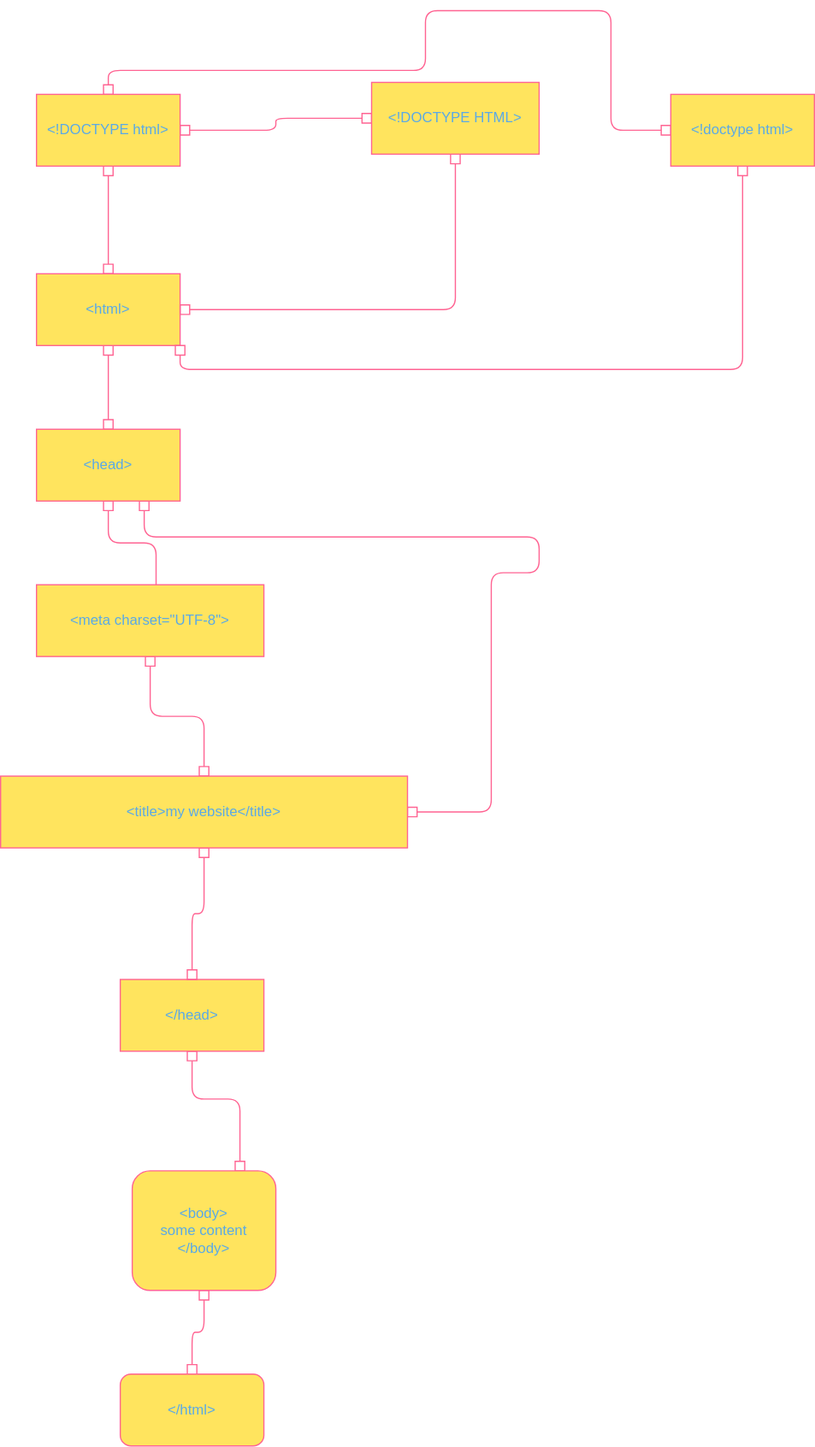
Above: html-structure.svg in Neocrumm/diagrams.net (draw.io), before the change. Source tidied: cells renumbered, new cells last; positions are measured from the earlier drawing's top-left corner, leaving out a move shared by most shapes.
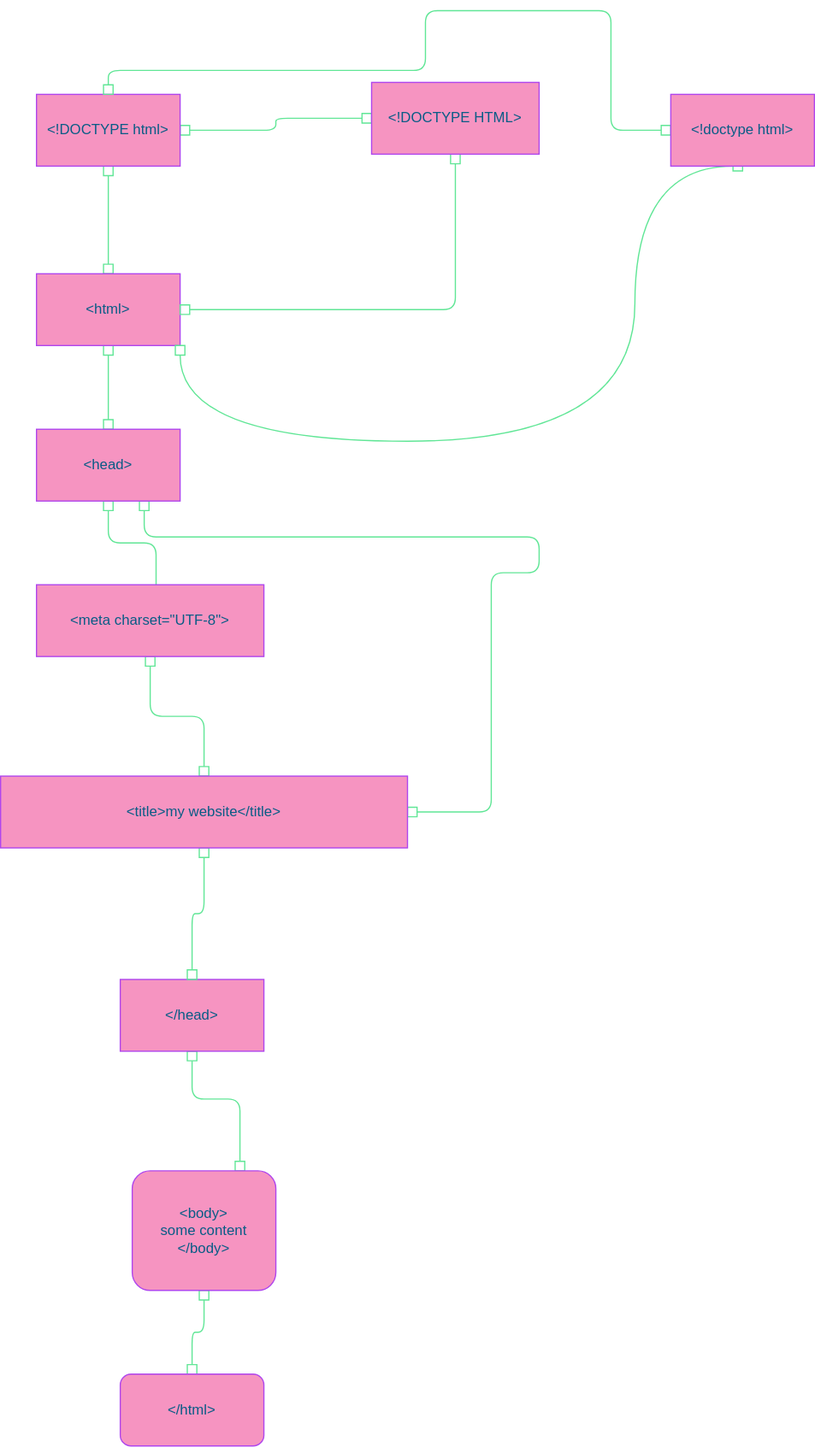
Above is the later version.

Diff of the diagram source:
```diff
@@ -2,25 +2,25 @@
   <root>
     <mxCell id="0" />
     <mxCell id="1" parent="0" />
-    <mxCell id="2" style="edgeStyle=orthogonalEdgeStyle;rounded=1;sketch=0;jettySize=auto;html=1;exitX=0.5;exitY=1;exitDx=0;exitDy=0;entryX=0.5;entryY=0;entryDx=0;entryDy=0;startArrow=box;startFill=0;endArrow=box;endFill=0;strokeColor=#FF6392;fillColor=#FFE45E;fontColor=#5AA9E6;" parent="1" edge="1" source="4" target="6">
+    <mxCell id="2" style="edgeStyle=orthogonalEdgeStyle;rounded=1;sketch=0;jettySize=auto;html=1;exitX=0.5;exitY=1;exitDx=0;exitDy=0;entryX=0.5;entryY=0;entryDx=0;entryDy=0;startArrow=box;startFill=0;endArrow=box;endFill=0;strokeColor=#60E696;fillColor=#F694C1;fontColor=#095C86;" parent="1" edge="1" source="4" target="6">
       <mxGeometry relative="1" as="geometry" />
     </mxCell>
-    <mxCell id="3" style="edgeStyle=orthogonalEdgeStyle;rounded=1;sketch=0;jettySize=auto;html=1;exitX=1;exitY=0.5;exitDx=0;exitDy=0;entryX=0;entryY=0.5;entryDx=0;entryDy=0;startArrow=box;startFill=0;endArrow=box;endFill=0;strokeColor=#FF6392;fillColor=#FFE45E;fontColor=#5AA9E6;" parent="1" edge="1" source="4" target="20">
+    <mxCell id="3" style="edgeStyle=orthogonalEdgeStyle;rounded=1;sketch=0;jettySize=auto;html=1;exitX=1;exitY=0.5;exitDx=0;exitDy=0;entryX=0;entryY=0.5;entryDx=0;entryDy=0;startArrow=box;startFill=0;endArrow=box;endFill=0;strokeColor=#60E696;fillColor=#F694C1;fontColor=#095C86;" parent="1" edge="1" source="4" target="20">
       <mxGeometry relative="1" as="geometry" />
     </mxCell>
-    <mxCell id="4" value="&amp;lt;!DOCTYPE html&amp;gt;" style="rounded=0;whiteSpace=wrap;html=1;sketch=0;strokeColor=#FF6392;fillColor=#FFE45E;fontColor=#5AA9E6;" parent="1" vertex="1">
+    <mxCell id="4" value="&amp;lt;!DOCTYPE html&amp;gt;" style="rounded=0;whiteSpace=wrap;html=1;sketch=0;strokeColor=#AF45ED;fillColor=#F694C1;fontColor=#095C86;" parent="1" vertex="1">
       <mxGeometry x="30" y="70" width="120" height="60" as="geometry" />
     </mxCell>
-    <mxCell id="5" style="edgeStyle=orthogonalEdgeStyle;rounded=1;sketch=0;jettySize=auto;html=1;exitX=0.5;exitY=1;exitDx=0;exitDy=0;entryX=0.5;entryY=0;entryDx=0;entryDy=0;startArrow=box;startFill=0;endArrow=box;endFill=0;strokeColor=#FF6392;fillColor=#FFE45E;fontColor=#5AA9E6;" parent="1" edge="1" source="6" target="9">
+    <mxCell id="5" style="edgeStyle=orthogonalEdgeStyle;rounded=1;sketch=0;jettySize=auto;html=1;exitX=0.5;exitY=1;exitDx=0;exitDy=0;entryX=0.5;entryY=0;entryDx=0;entryDy=0;startArrow=box;startFill=0;endArrow=box;endFill=0;strokeColor=#60E696;fillColor=#F694C1;fontColor=#095C86;" parent="1" edge="1" source="6" target="9">
       <mxGeometry relative="1" as="geometry" />
     </mxCell>
-    <mxCell id="6" value="&amp;lt;html&amp;gt;" style="rounded=0;whiteSpace=wrap;html=1;sketch=0;strokeColor=#FF6392;fillColor=#FFE45E;fontColor=#5AA9E6;" parent="1" vertex="1">
+    <mxCell id="6" value="&amp;lt;html&amp;gt;" style="rounded=0;whiteSpace=wrap;html=1;sketch=0;strokeColor=#AF45ED;fillColor=#F694C1;fontColor=#095C86;" parent="1" vertex="1">
       <mxGeometry x="30" y="220" width="120" height="60" as="geometry" />
     </mxCell>
-    <mxCell id="7" style="edgeStyle=orthogonalEdgeStyle;rounded=1;sketch=0;jettySize=auto;html=1;exitX=0.5;exitY=1;exitDx=0;exitDy=0;entryX=0.526;entryY=0.167;entryDx=0;entryDy=0;entryPerimeter=0;startArrow=box;startFill=0;endArrow=box;endFill=0;strokeColor=#FF6392;fillColor=#FFE45E;fontColor=#5AA9E6;" parent="1" edge="1" source="9" target="13">
+    <mxCell id="7" style="edgeStyle=orthogonalEdgeStyle;rounded=1;sketch=0;jettySize=auto;html=1;exitX=0.5;exitY=1;exitDx=0;exitDy=0;entryX=0.526;entryY=0.167;entryDx=0;entryDy=0;entryPerimeter=0;startArrow=box;startFill=0;endArrow=box;endFill=0;strokeColor=#60E696;fillColor=#F694C1;fontColor=#095C86;" parent="1" edge="1" source="9" target="13">
       <mxGeometry relative="1" as="geometry" />
     </mxCell>
-    <mxCell id="8" style="edgeStyle=orthogonalEdgeStyle;rounded=1;sketch=0;jettySize=auto;html=1;exitX=0.75;exitY=1;exitDx=0;exitDy=0;startArrow=box;startFill=0;endArrow=box;endFill=0;strokeColor=#FF6392;fillColor=#FFE45E;fontColor=#5AA9E6;entryX=1;entryY=0.5;entryDx=0;entryDy=0;" parent="1" edge="1" source="9" target="15">
+    <mxCell id="8" style="edgeStyle=orthogonalEdgeStyle;rounded=1;sketch=0;jettySize=auto;html=1;exitX=0.75;exitY=1;exitDx=0;exitDy=0;startArrow=box;startFill=0;endArrow=box;endFill=0;strokeColor=#60E696;fillColor=#F694C1;fontColor=#095C86;entryX=1;entryY=0.5;entryDx=0;entryDy=0;" parent="1" edge="1" source="9" target="15">
       <mxGeometry relative="1" as="geometry">
         <Array as="points">
           <mxPoint x="120" y="440" />
@@ -31,10 +31,10 @@
         </Array>
       </mxGeometry>
     </mxCell>
-    <mxCell id="9" value="&amp;lt;head&amp;gt;" style="rounded=0;whiteSpace=wrap;html=1;sketch=0;strokeColor=#FF6392;fillColor=#FFE45E;fontColor=#5AA9E6;" parent="1" vertex="1">
+    <mxCell id="9" value="&amp;lt;head&amp;gt;" style="rounded=0;whiteSpace=wrap;html=1;sketch=0;strokeColor=#AF45ED;fillColor=#F694C1;fontColor=#095C86;" parent="1" vertex="1">
       <mxGeometry x="30" y="350" width="120" height="60" as="geometry" />
     </mxCell>
-    <mxCell id="10" style="edgeStyle=orthogonalEdgeStyle;rounded=1;sketch=0;jettySize=auto;html=1;exitX=0.5;exitY=1;exitDx=0;exitDy=0;entryX=0.75;entryY=0;entryDx=0;entryDy=0;startArrow=box;startFill=0;endArrow=box;endFill=0;strokeColor=#FF6392;fillColor=#FFE45E;fontColor=#5AA9E6;" parent="1" edge="1" source="11" target="17">
+    <mxCell id="10" style="edgeStyle=orthogonalEdgeStyle;rounded=1;sketch=0;jettySize=auto;html=1;exitX=0.5;exitY=1;exitDx=0;exitDy=0;entryX=0.75;entryY=0;entryDx=0;entryDy=0;startArrow=box;startFill=0;endArrow=box;endFill=0;strokeColor=#60E696;fillColor=#F694C1;fontColor=#095C86;" parent="1" edge="1" source="11" target="17">
       <mxGeometry relative="1" as="geometry">
         <Array as="points">
           <mxPoint x="160" y="910" />
@@ -42,37 +42,37 @@
         </Array>
       </mxGeometry>
     </mxCell>
-    <mxCell id="11" value="&amp;lt;/head&amp;gt;" style="rounded=0;whiteSpace=wrap;html=1;sketch=0;strokeColor=#FF6392;fillColor=#FFE45E;fontColor=#5AA9E6;" parent="1" vertex="1">
+    <mxCell id="11" value="&amp;lt;/head&amp;gt;" style="rounded=0;whiteSpace=wrap;html=1;sketch=0;strokeColor=#AF45ED;fillColor=#F694C1;fontColor=#095C86;" parent="1" vertex="1">
       <mxGeometry x="100" y="810" width="120" height="60" as="geometry" />
     </mxCell>
-    <mxCell id="12" style="edgeStyle=orthogonalEdgeStyle;rounded=1;sketch=0;jettySize=auto;html=1;exitX=0.5;exitY=1;exitDx=0;exitDy=0;entryX=0.5;entryY=0;entryDx=0;entryDy=0;startArrow=box;startFill=0;endArrow=box;endFill=0;strokeColor=#FF6392;fillColor=#FFE45E;fontColor=#5AA9E6;" parent="1" edge="1" source="13" target="15">
+    <mxCell id="12" style="edgeStyle=orthogonalEdgeStyle;rounded=1;sketch=0;jettySize=auto;html=1;exitX=0.5;exitY=1;exitDx=0;exitDy=0;entryX=0.5;entryY=0;entryDx=0;entryDy=0;startArrow=box;startFill=0;endArrow=box;endFill=0;strokeColor=#60E696;fillColor=#F694C1;fontColor=#095C86;" parent="1" edge="1" source="13" target="15">
       <mxGeometry relative="1" as="geometry" />
     </mxCell>
-    <mxCell id="13" value="&amp;lt;meta charset=&quot;UTF-8&quot;&amp;gt;" style="rounded=0;whiteSpace=wrap;html=1;sketch=0;strokeColor=#FF6392;fillColor=#FFE45E;fontColor=#5AA9E6;" parent="1" vertex="1">
+    <mxCell id="13" value="&amp;lt;meta charset=&quot;UTF-8&quot;&amp;gt;" style="rounded=0;whiteSpace=wrap;html=1;sketch=0;strokeColor=#AF45ED;fillColor=#F694C1;fontColor=#095C86;" parent="1" vertex="1">
       <mxGeometry x="30" y="480" width="190" height="60" as="geometry" />
     </mxCell>
-    <mxCell id="14" style="edgeStyle=orthogonalEdgeStyle;rounded=1;sketch=0;jettySize=auto;html=1;exitX=0.5;exitY=1;exitDx=0;exitDy=0;startArrow=box;startFill=0;endArrow=box;endFill=0;strokeColor=#FF6392;fillColor=#FFE45E;fontColor=#5AA9E6;" parent="1" edge="1" source="15" target="11">
+    <mxCell id="14" style="edgeStyle=orthogonalEdgeStyle;rounded=1;sketch=0;jettySize=auto;html=1;exitX=0.5;exitY=1;exitDx=0;exitDy=0;startArrow=box;startFill=0;endArrow=box;endFill=0;strokeColor=#60E696;fillColor=#F694C1;fontColor=#095C86;" parent="1" edge="1" source="15" target="11">
       <mxGeometry relative="1" as="geometry" />
     </mxCell>
-    <mxCell id="15" value="&amp;lt;title&amp;gt;my website&amp;lt;/title&amp;gt;" style="rounded=0;whiteSpace=wrap;html=1;sketch=0;strokeColor=#FF6392;fillColor=#FFE45E;fontColor=#5AA9E6;" parent="1" vertex="1">
+    <mxCell id="15" value="&amp;lt;title&amp;gt;my website&amp;lt;/title&amp;gt;" style="rounded=0;whiteSpace=wrap;html=1;sketch=0;strokeColor=#AF45ED;fillColor=#F694C1;fontColor=#095C86;" parent="1" vertex="1">
       <mxGeometry y="640" width="340" height="60" as="geometry" />
     </mxCell>
-    <mxCell id="16" style="edgeStyle=orthogonalEdgeStyle;rounded=1;sketch=0;jettySize=auto;html=1;exitX=0.5;exitY=1;exitDx=0;exitDy=0;entryX=0.5;entryY=0;entryDx=0;entryDy=0;startArrow=box;startFill=0;endArrow=box;endFill=0;strokeColor=#FF6392;fillColor=#FFE45E;fontColor=#5AA9E6;" parent="1" edge="1" source="17" target="18">
+    <mxCell id="16" style="edgeStyle=orthogonalEdgeStyle;rounded=1;sketch=0;jettySize=auto;html=1;exitX=0.5;exitY=1;exitDx=0;exitDy=0;entryX=0.5;entryY=0;entryDx=0;entryDy=0;startArrow=box;startFill=0;endArrow=box;endFill=0;strokeColor=#60E696;fillColor=#F694C1;fontColor=#095C86;" parent="1" edge="1" source="17" target="18">
       <mxGeometry relative="1" as="geometry" />
     </mxCell>
-    <mxCell id="17" value="&amp;lt;body&amp;gt;&lt;br&gt;some content&lt;br&gt;&amp;lt;/body&amp;gt;" style="rounded=1;whiteSpace=wrap;html=1;sketch=0;strokeColor=#FF6392;fillColor=#FFE45E;fontColor=#5AA9E6;" parent="1" vertex="1">
+    <mxCell id="17" value="&amp;lt;body&amp;gt;&lt;br&gt;some content&lt;br&gt;&amp;lt;/body&amp;gt;" style="rounded=1;whiteSpace=wrap;html=1;sketch=0;strokeColor=#AF45ED;fillColor=#F694C1;fontColor=#095C86;" parent="1" vertex="1">
       <mxGeometry x="110" y="970" width="120" height="100" as="geometry" />
     </mxCell>
-    <mxCell id="18" value="&amp;lt;/html&amp;gt;" style="rounded=1;whiteSpace=wrap;html=1;sketch=0;strokeColor=#FF6392;fillColor=#FFE45E;fontColor=#5AA9E6;" parent="1" vertex="1">
+    <mxCell id="18" value="&amp;lt;/html&amp;gt;" style="rounded=1;whiteSpace=wrap;html=1;sketch=0;strokeColor=#AF45ED;fillColor=#F694C1;fontColor=#095C86;" parent="1" vertex="1">
       <mxGeometry x="100" y="1140" width="120" height="60" as="geometry" />
     </mxCell>
-    <mxCell id="19" style="edgeStyle=orthogonalEdgeStyle;rounded=1;sketch=0;jettySize=auto;html=1;exitX=0.5;exitY=1;exitDx=0;exitDy=0;entryX=1;entryY=0.5;entryDx=0;entryDy=0;startArrow=box;startFill=0;endArrow=box;endFill=0;strokeColor=#FF6392;fillColor=#FFE45E;fontColor=#5AA9E6;" parent="1" edge="1" source="20" target="6">
+    <mxCell id="19" style="edgeStyle=orthogonalEdgeStyle;rounded=1;sketch=0;jettySize=auto;html=1;exitX=0.5;exitY=1;exitDx=0;exitDy=0;entryX=1;entryY=0.5;entryDx=0;entryDy=0;startArrow=box;startFill=0;endArrow=box;endFill=0;strokeColor=#60E696;fillColor=#F694C1;fontColor=#095C86;" parent="1" edge="1" source="20" target="6">
       <mxGeometry relative="1" as="geometry" />
     </mxCell>
-    <mxCell id="20" value="&amp;lt;!DOCTYPE HTML&amp;gt;" style="rounded=0;whiteSpace=wrap;html=1;sketch=0;strokeColor=#FF6392;fillColor=#FFE45E;fontColor=#5AA9E6;" parent="1" vertex="1">
+    <mxCell id="20" value="&amp;lt;!DOCTYPE HTML&amp;gt;" style="rounded=0;whiteSpace=wrap;html=1;sketch=0;strokeColor=#AF45ED;fillColor=#F694C1;fontColor=#095C86;" parent="1" vertex="1">
       <mxGeometry x="310" y="60" width="140" height="60" as="geometry" />
     </mxCell>
-    <mxCell id="21" style="edgeStyle=orthogonalEdgeStyle;rounded=1;sketch=0;jettySize=auto;html=1;exitX=0;exitY=0.5;exitDx=0;exitDy=0;entryX=0.5;entryY=0;entryDx=0;entryDy=0;startArrow=box;startFill=0;endArrow=box;endFill=0;strokeColor=#FF6392;fillColor=#FFE45E;fontColor=#5AA9E6;" parent="1" edge="1" source="23" target="4">
+    <mxCell id="21" style="edgeStyle=orthogonalEdgeStyle;rounded=1;sketch=0;jettySize=auto;html=1;exitX=0;exitY=0.5;exitDx=0;exitDy=0;entryX=0.5;entryY=0;entryDx=0;entryDy=0;startArrow=box;startFill=0;endArrow=box;endFill=0;strokeColor=#60E696;fillColor=#F694C1;fontColor=#095C86;" parent="1" edge="1" source="23" target="4">
       <mxGeometry relative="1" as="geometry">
         <Array as="points">
           <mxPoint x="510" y="100" />
@@ -83,10 +83,16 @@
         </Array>
       </mxGeometry>
     </mxCell>
-    <mxCell id="22" style="edgeStyle=orthogonalEdgeStyle;rounded=1;sketch=0;jettySize=auto;html=1;exitX=0.5;exitY=1;exitDx=0;exitDy=0;entryX=1;entryY=1;entryDx=0;entryDy=0;startArrow=box;startFill=0;endArrow=box;endFill=0;strokeColor=#FF6392;fillColor=#FFE45E;fontColor=#5AA9E6;" parent="1" edge="1" source="23" target="6">
-      <mxGeometry relative="1" as="geometry" />
+    <mxCell id="22" style="edgeStyle=orthogonalEdgeStyle;rounded=1;sketch=0;jettySize=auto;html=1;exitX=0.5;exitY=1;exitDx=0;exitDy=0;entryX=1;entryY=1;entryDx=0;entryDy=0;startArrow=box;startFill=0;endArrow=box;endFill=0;strokeColor=#60E696;fillColor=#F694C1;fontColor=#095C86;elbow=vertical;curved=1;" parent="1" edge="1" source="23" target="6">
+      <mxGeometry relative="1" as="geometry">
+        <Array as="points">
+          <mxPoint x="530" y="130" />
+          <mxPoint x="530" y="360" />
+          <mxPoint x="150" y="360" />
+        </Array>
+      </mxGeometry>
     </mxCell>
-    <mxCell id="23" value="&amp;lt;!doctype html&amp;gt;" style="rounded=0;whiteSpace=wrap;html=1;sketch=0;strokeColor=#FF6392;fillColor=#FFE45E;fontColor=#5AA9E6;" parent="1" vertex="1">
+    <mxCell id="23" value="&amp;lt;!doctype html&amp;gt;" style="rounded=0;whiteSpace=wrap;html=1;sketch=0;strokeColor=#AF45ED;fillColor=#F694C1;fontColor=#095C86;" parent="1" vertex="1">
       <mxGeometry x="560" y="70" width="120" height="60" as="geometry" />
     </mxCell>
   </root>
```
